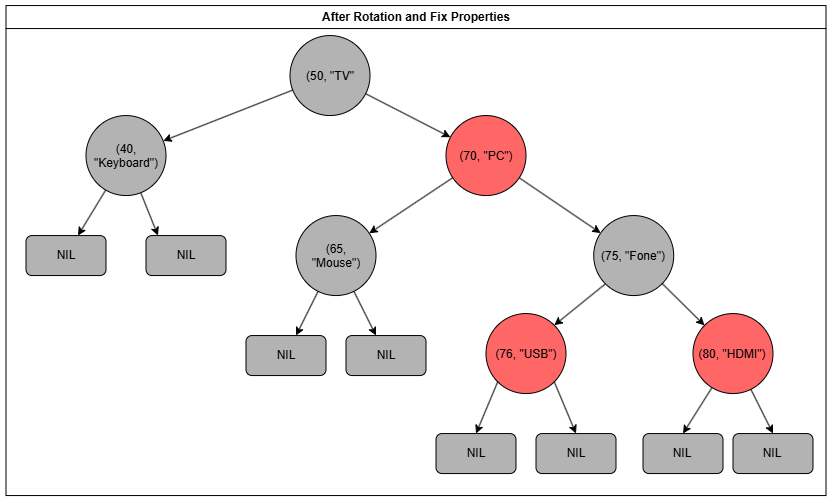
Earlier version of the draw.io export images/afterRotationAndFixProperties.png (jefferson-stanley/treemap). Source tidied: cells renumbered, new cells last; positions are measured from the earlier drawing's top-left corner, leaving out a move shared by most shapes.
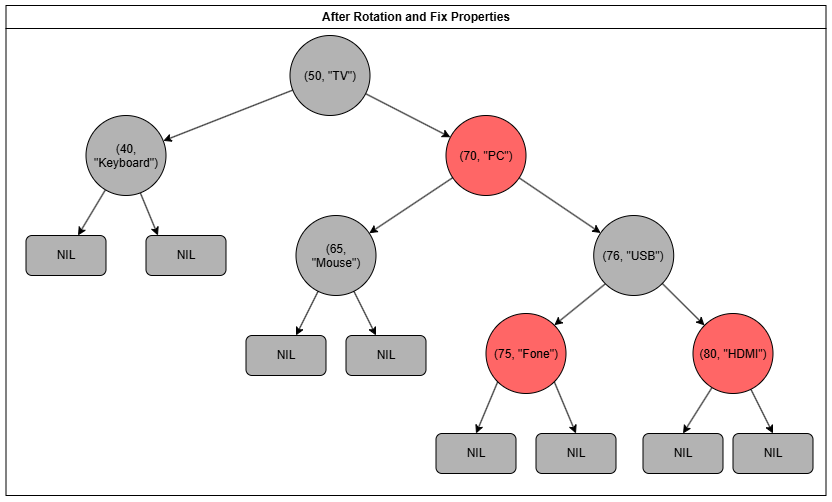
Later version of the same file.

Diff of the diagram source:
```diff
@@ -8,7 +8,7 @@
     <mxCell id="3" style="rounded=0;jettySize=auto;html=1;" parent="1" edge="1" source="4" target="24">
       <mxGeometry relative="1" as="geometry" />
     </mxCell>
-    <mxCell id="4" value="(50, &quot;TV&quot;" style="ellipse;whiteSpace=wrap;html=1;shapeInside=1;fillColor=light-dark(#B3B3B3,#666666);" parent="1" vertex="1">
+    <mxCell id="4" value="(50, &quot;TV&quot;)" style="ellipse;whiteSpace=wrap;html=1;shapeInside=1;fillColor=light-dark(#B3B3B3,#666666);" parent="1" vertex="1">
       <mxGeometry x="284" y="30" width="80" height="80" as="geometry" />
     </mxCell>
     <mxCell id="5" value="After Rotation and Fix Properties" style="swimlane;whiteSpace=wrap;html=1;" parent="1" vertex="1">
@@ -20,7 +20,7 @@
     <mxCell id="7" style="rounded=0;jettySize=auto;html=1;exitX=0;exitY=1;exitDx=0;exitDy=0;entryX=1;entryY=0;entryDx=0;entryDy=0;" parent="5" edge="1" source="8" target="17">
       <mxGeometry relative="1" as="geometry" />
     </mxCell>
-    <mxCell id="8" value="(75, &quot;Fone&quot;)" style="ellipse;whiteSpace=wrap;html=1;shapeInside=1;fillColor=light-dark(#B3B3B3,#666666);" parent="5" vertex="1">
+    <mxCell id="8" value="(76, &quot;USB&quot;)" style="ellipse;whiteSpace=wrap;html=1;shapeInside=1;fillColor=light-dark(#B3B3B3,#666666);" parent="5" vertex="1">
       <mxGeometry x="587.7" y="210" width="80" height="80" as="geometry" />
     </mxCell>
     <mxCell id="9" value="NIL" style="rounded=1;whiteSpace=wrap;html=1;fillColor=light-dark(#B3B3B3,#666666);" parent="5" vertex="1">
@@ -47,7 +47,7 @@
     <mxCell id="16" style="edgeStyle=none;rounded=0;jettySize=auto;html=1;exitX=1;exitY=1;exitDx=0;exitDy=0;entryX=0.5;entryY=0;entryDx=0;entryDy=0;" parent="5" edge="1" source="17" target="18">
       <mxGeometry relative="1" as="geometry" />
     </mxCell>
-    <mxCell id="17" value="(76, &quot;USB&quot;)" style="ellipse;whiteSpace=wrap;html=1;shapeInside=1;fillColor=#FF6666;" parent="5" vertex="1">
+    <mxCell id="17" value="(75, &quot;Fone&quot;)" style="ellipse;whiteSpace=wrap;html=1;shapeInside=1;fillColor=#FF6666;" parent="5" vertex="1">
       <mxGeometry x="480" y="308" width="80" height="80" as="geometry" />
     </mxCell>
     <mxCell id="18" value="NIL" style="rounded=1;whiteSpace=wrap;html=1;fillColor=light-dark(#B3B3B3,#666666);" parent="5" vertex="1">
```
